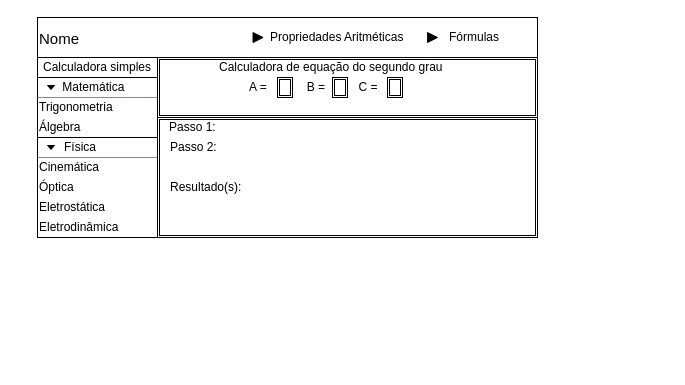
The draw.io diagram projetoPoo.drawio in matheusb432/hello-world, before the edit. Source tidied: cells renumbered, new cells numbered last; positions are measured from the earlier drawing's top-left corner, leaving out a move shared by most shapes. Both pictures are drawn from the tidied source at 100%, with x=0, y=0 at pixel (37, 17).
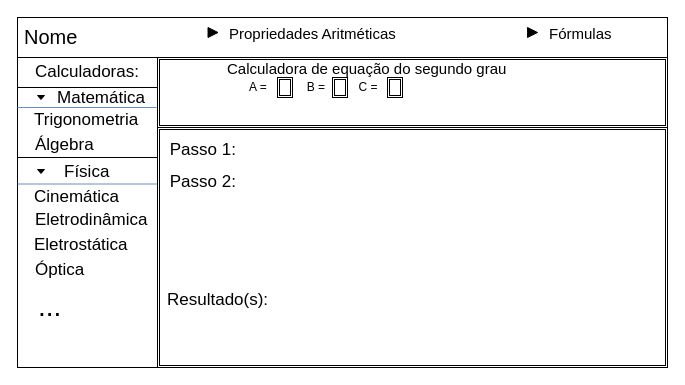
Above is the later version.

Diff of the diagram source:
```diff
@@
+    <mxCell id="28" style="shape=ext;double=1;rounded=0;whiteSpace=wrap;html=1;fillColor=none;" parent="1" vertex="1">
+      <mxGeometry x="120" y="40" width="510" height="70" as="geometry" />
+    </mxCell>
+    <mxCell id="27" style="shape=ext;double=1;rounded=0;whiteSpace=wrap;html=1;fillColor=none;" parent="1" vertex="1">
+      <mxGeometry x="120" y="110" width="510" height="240" as="geometry" />
+    </mxCell>
     <mxCell id="2" style="rounded=0;whiteSpace=wrap;html=1;" parent="1" vertex="1">
-      <mxGeometry width="500" height="40" as="geometry" />
+      <mxGeometry x="-20" width="650" height="40" as="geometry" />
     </mxCell>
@@
     <mxCell id="4" style="rounded=0;whiteSpace=wrap;html=1;fillColor=none;" parent="1" vertex="1">
-      <mxGeometry y="60" width="120" height="60" as="geometry" />
+      <mxGeometry x="-20" y="70" width="140" height="70" as="geometry" />
     </mxCell>
-    <mxCell id="5" style="endArrow=none;html=1;entryX=0.995;entryY=0.333;entryDx=0;entryDy=0;entryPerimeter=0;fillColor=#dae8fc;strokeColor=#6c8ebf;" parent="1" edge="1" target="4">
+    <mxCell id="5" style="endArrow=none;html=1;fillColor=#dae8fc;strokeColor=#6c8ebf;" parent="1" edge="1">
       <mxGeometry relative="1" as="geometry">
-        <mxPoint y="80" as="sourcePoint" />
+        <mxPoint x="-20" y="90" as="sourcePoint" />
+        <mxPoint x="119" y="90" as="targetPoint" />
       </mxGeometry>
     </mxCell>
-    <mxCell id="6" value="&amp;nbsp; &amp;nbsp; &amp;nbsp; &amp;nbsp;Matemática" style="text;html=1;align=left;verticalAlign=top;spacingTop=-4;" parent="1" vertex="1">
-      <mxGeometry y="60" width="100" height="20" as="geometry" />
+    <mxCell id="6" value="&amp;nbsp; &amp;nbsp; &amp;nbsp; &amp;nbsp;Matemática" style="text;html=1;align=left;verticalAlign=top;spacingTop=-4;fontSize=17;" parent="1" vertex="1">
+      <mxGeometry x="-15" y="68" width="100" height="20" as="geometry" />
     </mxCell>
-    <mxCell id="7" value="Trigonometria" style="text;html=1;align=left;verticalAlign=top;spacingTop=-4;" parent="1" vertex="1">
-      <mxGeometry y="80" width="90" height="20" as="geometry" />
+    <mxCell id="7" value="&lt;font style=&quot;font-size: 17px&quot;&gt;Trigonometria&lt;/font&gt;" style="text;html=1;align=left;verticalAlign=top;spacingTop=-4;" parent="1" vertex="1">
+      <mxGeometry x="-5" y="90" width="120" height="20" as="geometry" />
     </mxCell>
-    <mxCell id="8" value="Álgebra" style="text;html=1;align=left;verticalAlign=top;spacingTop=-4;" parent="1" vertex="1">
-      <mxGeometry y="100" width="60" height="20" as="geometry" />
+    <mxCell id="8" value="&lt;font style=&quot;font-size: 17px&quot;&gt;Álgebra&lt;/font&gt;" style="text;html=1;align=left;verticalAlign=top;spacingTop=-4;" parent="1" vertex="1">
+      <mxGeometry x="-4.5" y="115" width="70" height="20" as="geometry" />
     </mxCell>
     <mxCell id="9" style="rounded=0;whiteSpace=wrap;html=1;fillColor=none;" parent="1" vertex="1">
-      <mxGeometry y="120" width="120" height="100" as="geometry" />
+      <mxGeometry x="-20" y="140" width="140" height="210" as="geometry" />
     </mxCell>
     <mxCell id="10" style="endArrow=none;html=1;entryX=0.995;entryY=0.333;entryDx=0;entryDy=0;entryPerimeter=0;fillColor=#dae8fc;strokeColor=#6c8ebf;" parent="1" edge="1">
       <mxGeometry relative="1" as="geometry">
-        <mxPoint y="140" as="sourcePoint" />
-        <mxPoint x="119.4" y="140" as="targetPoint" />
+        <mxPoint x="-20" y="166.5" as="sourcePoint" />
+        <mxPoint x="119.4" y="166.5" as="targetPoint" />
       </mxGeometry>
     </mxCell>
     <mxCell id="11" style="triangle;whiteSpace=wrap;html=1;direction=south;fillColor=#000000;" parent="1" vertex="1">
-      <mxGeometry x="10" y="68" width="7" height="4" as="geometry" />
+      <mxGeometry y="78" width="7" height="4" as="geometry" />
     </mxCell>
     <mxCell id="12" style="triangle;whiteSpace=wrap;html=1;direction=south;fillColor=#000000;" parent="1" vertex="1">
-      <mxGeometry x="10" y="128" width="7" height="4" as="geometry" />
+      <mxGeometry y="152" width="7" height="4" as="geometry" />
     </mxCell>
-    <mxCell id="13" value="Física" style="text;html=1;align=left;verticalAlign=top;spacingTop=-4;" parent="1" vertex="1">
-      <mxGeometry x="25" y="120" width="50" height="20" as="geometry" />
+    <mxCell id="13" value="Física" style="text;html=1;align=left;verticalAlign=top;spacingTop=-4;fontSize=17;" parent="1" vertex="1">
+      <mxGeometry x="25" y="142" width="50" height="20" as="geometry" />
     </mxCell>
-    <mxCell id="14" value="Cinemática" style="text;html=1;align=left;verticalAlign=top;spacingTop=-4;" parent="1" vertex="1">
-      <mxGeometry y="140" width="80" height="20" as="geometry" />
+    <mxCell id="14" value="&lt;font style=&quot;font-size: 17px&quot;&gt;Cinemática&lt;/font&gt;" style="text;html=1;align=left;verticalAlign=top;spacingTop=-4;" parent="1" vertex="1">
+      <mxGeometry x="-5" y="167" width="100" height="20" as="geometry" />
     </mxCell>
-    <mxCell id="15" value="Óptica" style="text;html=1;align=left;verticalAlign=top;spacingTop=-4;" parent="1" vertex="1">
-      <mxGeometry y="160" width="50" height="20" as="geometry" />
+    <mxCell id="15" value="&lt;font style=&quot;font-size: 17px&quot;&gt;Óptica&lt;/font&gt;" style="text;html=1;align=left;verticalAlign=top;spacingTop=-4;" parent="1" vertex="1">
+      <mxGeometry x="-4.5" y="240" width="60" height="20" as="geometry" />
     </mxCell>
-    <mxCell id="16" value="Eletrostática" style="text;html=1;align=left;verticalAlign=top;spacingTop=-4;" parent="1" vertex="1">
-      <mxGeometry y="180" width="80" height="20" as="geometry" />
+    <mxCell id="16" value="Eletrostática" style="text;html=1;align=left;verticalAlign=top;spacingTop=-4;fontSize=17;" parent="1" vertex="1">
+      <mxGeometry x="-5" y="215" width="80" height="20" as="geometry" />
     </mxCell>
-    <mxCell id="17" value="Eletrodinâmica" style="text;html=1;align=left;verticalAlign=top;spacingTop=-4;" parent="1" vertex="1">
-      <mxGeometry y="200" width="90" height="20" as="geometry" />
+    <mxCell id="17" value="&lt;font style=&quot;font-size: 17px&quot;&gt;Eletrodinâmica&lt;/font&gt;" style="text;html=1;align=left;verticalAlign=top;spacingTop=-4;" parent="1" vertex="1">
+      <mxGeometry x="-4.5" y="190" width="130" height="20" as="geometry" />
     </mxCell>
-    <mxCell id="18" value="Calculadora de equação do segundo grau" style="text;html=1;align=left;verticalAlign=top;spacingTop=-4;" parent="1" vertex="1">
-      <mxGeometry x="180" y="40" width="240" height="20" as="geometry" />
+    <mxCell id="18" value="&lt;font style=&quot;font-size: 15px&quot;&gt;Calculadora de equação do segundo grau&lt;/font&gt;" style="text;html=1;align=left;verticalAlign=top;spacingTop=-4;" parent="1" vertex="1">
+      <mxGeometry x="187.5" y="40" width="290" height="20" as="geometry" />
     </mxCell>
@@
-    <mxCell id="22" value="Passo 1:" style="text;html=1;align=left;verticalAlign=top;spacingTop=-4;" parent="1" vertex="1">
-      <mxGeometry x="130" y="100" width="60" height="20" as="geometry" />
+    <mxCell id="22" value="&lt;font style=&quot;font-size: 17px&quot;&gt;&amp;nbsp;Passo 1:&lt;/font&gt;" style="text;html=1;align=left;verticalAlign=top;spacingTop=-4;" parent="1" vertex="1">
+      <mxGeometry x="125.5" y="120" width="90" height="20" as="geometry" />
     </mxCell>
-    <mxCell id="23" value="Passo 2:" style="text;html=1;align=left;verticalAlign=top;spacingTop=-4;" parent="1" vertex="1">
-      <mxGeometry x="130.5" y="120" width="60" height="20" as="geometry" />
+    <mxCell id="23" value="&lt;font style=&quot;font-size: 17px&quot;&gt;&amp;nbsp;Passo 2:&lt;/font&gt;" style="text;html=1;align=left;verticalAlign=top;spacingTop=-4;" parent="1" vertex="1">
+      <mxGeometry x="125.5" y="152" width="90" height="20" as="geometry" />
     </mxCell>
-    <mxCell id="24" value="Resultado(s):" style="text;html=1;align=left;verticalAlign=top;spacingTop=-4;" parent="1" vertex="1">
-      <mxGeometry x="130.5" y="160" width="90" height="20" as="geometry" />
+    <mxCell id="24" value="&lt;font style=&quot;font-size: 17px&quot;&gt;Resultado(s):&lt;/font&gt;" style="text;html=1;align=left;verticalAlign=top;spacingTop=-4;" parent="1" vertex="1">
+      <mxGeometry x="127.5" y="270" width="120" height="20" as="geometry" />
     </mxCell>
-    <mxCell id="25" value="&lt;span style=&quot;font-size: 15px ; text-align: center ; white-space: normal&quot;&gt;Nome&amp;nbsp;&lt;/span&gt;" style="text;html=1;align=left;verticalAlign=top;spacingTop=-4;" parent="1" vertex="1">
-      <mxGeometry x="-0.1" y="10" width="60" height="20" as="geometry" />
+    <mxCell id="25" value="&lt;span style=&quot;text-align: center ; white-space: normal&quot;&gt;&lt;font style=&quot;font-size: 20px&quot;&gt;Nome&amp;nbsp;&lt;/font&gt;&lt;/span&gt;" style="text;html=1;align=left;verticalAlign=top;spacingTop=-4;" parent="1" vertex="1">
+      <mxGeometry x="-14.6" y="5" width="70" height="20" as="geometry" />
     </mxCell>
-    <mxCell id="26" value="Calculadora simples" style="rounded=0;whiteSpace=wrap;html=1;fillColor=none;" parent="1" vertex="1">
-      <mxGeometry y="40" width="120" height="20" as="geometry" />
+    <mxCell id="26" value="&lt;font style=&quot;font-size: 17px&quot;&gt;Calculadoras:&lt;/font&gt;" style="rounded=0;whiteSpace=wrap;html=1;fillColor=none;" parent="1" vertex="1">
+      <mxGeometry x="-20" y="40" width="140" height="30" as="geometry" />
     </mxCell>
-    <mxCell id="27" style="shape=ext;double=1;rounded=0;whiteSpace=wrap;html=1;fillColor=none;" parent="1" vertex="1">
-      <mxGeometry x="120" y="100" width="380" height="120" as="geometry" />
-    </mxCell>
-    <mxCell id="28" style="shape=ext;double=1;rounded=0;whiteSpace=wrap;html=1;fillColor=none;" parent="1" vertex="1">
-      <mxGeometry x="120" y="40" width="380" height="60" as="geometry" />
-    </mxCell>
@@
-    <mxCell id="30" value="Fórmulas" style="text;html=1;align=left;verticalAlign=top;spacingTop=-4;" parent="1" vertex="1">
-      <mxGeometry x="410" y="10" width="70" height="20" as="geometry" />
+    <mxCell id="30" value="Fórmulas" style="text;html=1;align=left;verticalAlign=top;spacingTop=-4;fontSize=15;" parent="1" vertex="1">
+      <mxGeometry x="510" y="5" width="70" height="20" as="geometry" />
     </mxCell>
     <mxCell id="31" style="html=1;shadow=0;dashed=0;align=center;verticalAlign=middle;shape=mxgraph.arrows2.arrow;dy=0.67;dx=20;notch=0;fillColor=#000000;" parent="1" vertex="1">
-      <mxGeometry x="390" y="15" width="10" height="10" as="geometry" />
+      <mxGeometry x="490" y="10" width="10" height="10" as="geometry" />
     </mxCell>
     <mxCell id="32" style="html=1;shadow=0;dashed=0;align=center;verticalAlign=middle;shape=mxgraph.arrows2.arrow;dy=0.67;dx=20;notch=0;fillColor=#000000;" parent="1" vertex="1">
-      <mxGeometry x="215.5" y="15" width="10" height="10" as="geometry" />
+      <mxGeometry x="170.5" y="10" width="10" height="10" as="geometry" />
     </mxCell>
-    <mxCell id="33" value="Propriedades Aritméticas" style="text;html=1;align=left;verticalAlign=top;spacingTop=-4;" parent="1" vertex="1">
-      <mxGeometry x="230.5" y="10" width="150" height="20" as="geometry" />
+    <mxCell id="33" value="Propriedades Aritméticas" style="text;html=1;align=left;verticalAlign=top;spacingTop=-4;fontSize=15;" parent="1" vertex="1">
+      <mxGeometry x="190" y="5" width="150" height="20" as="geometry" />
     </mxCell>
+    <mxCell id="34" value="..." style="text;html=1;align=left;verticalAlign=top;spacingTop=-4;fontSize=28;" parent="1" vertex="1">
+      <mxGeometry x="-1.5" y="270" width="30" height="20" as="geometry" />
+    </mxCell>
```
